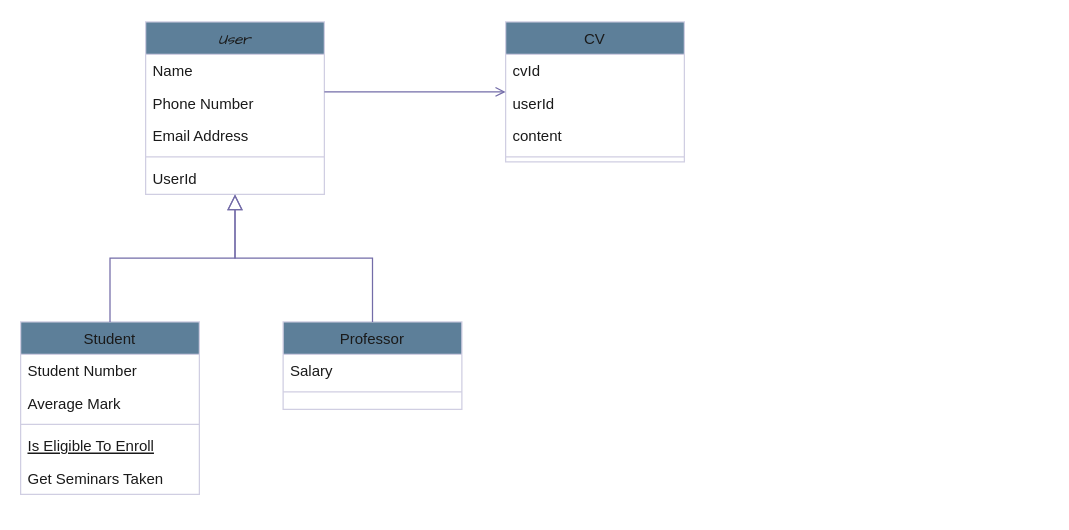
Before: Domain Class Diagram.drawio in Cwengii/NextRole, a draw.io diagram. Source tidied: cells renumbered, new cells numbered last; positions are measured from the earlier drawing's top-left corner, leaving out a move shared by most shapes. Both pictures are drawn from the tidied source at 125%, with x=0, y=0 at pixel (20, 21).
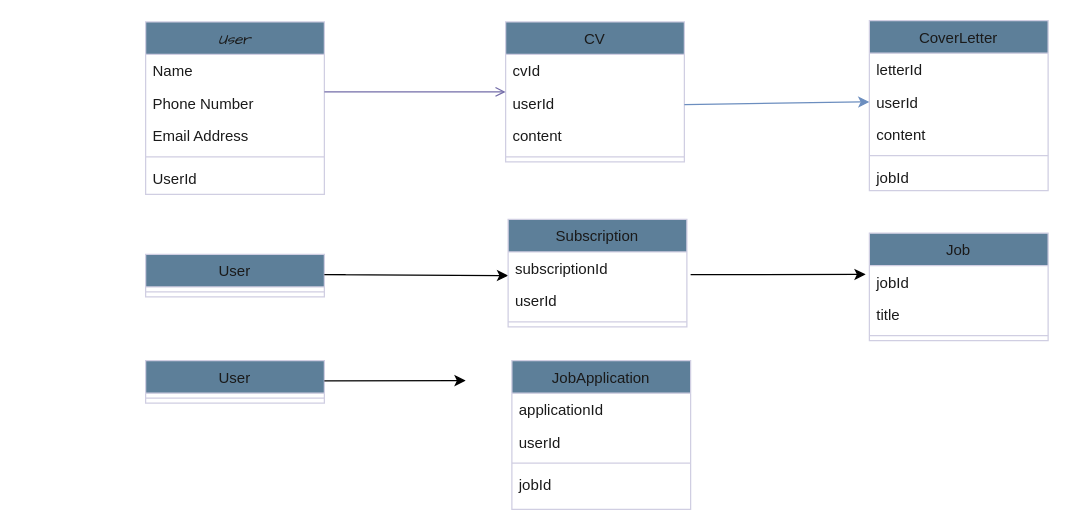
After the change.

Unchanged cells that the change refers to:
```xml
<mxCell id="2" value="User" style="swimlane;fontStyle=2;align=center;verticalAlign=top;horizontal=1;startSize=26;rounded=0;shadow=0;strokeWidth=1;labelBackgroundColor=none;fillColor=#5D7F99;strokeColor=#D0CEE2;fontColor=light-dark(#1A1A1A,#000000);fontFamily=Comic Sans MS;" parent="1" vertex="1">
  <mxGeometry x="100" width="143" height="138" as="geometry" />
</mxCell>
```

Diff of the diagram source:
```diff
@@
-    <mxCell id="8" value="Student" style="swimlane;fontStyle=0;align=center;verticalAlign=top;horizontal=1;startSize=26;rounded=0;shadow=0;strokeWidth=1;labelBackgroundColor=none;fillColor=#5D7F99;strokeColor=#D0CEE2;fontColor=#1A1A1A;" parent="1" vertex="1">
-      <mxGeometry y="240" width="143" height="138" as="geometry" />
+    <mxCell id="8" value="User" style="swimlane;fontStyle=0;align=center;verticalAlign=top;horizontal=1;startSize=26;rounded=0;shadow=0;strokeWidth=1;labelBackgroundColor=none;fillColor=#5D7F99;strokeColor=#D0CEE2;fontColor=light-dark(#1A1A1A,#000000);" parent="1" vertex="1">
+      <mxGeometry x="100" y="186" width="143" height="34" as="geometry" />
     </mxCell>
-    <mxCell id="9" value="Student Number" style="text;align=left;verticalAlign=top;spacingLeft=4;spacingRight=4;overflow=hidden;labelBackgroundColor=none;fontColor=#1A1A1A;" parent="8" vertex="1">
-      <mxGeometry y="26" width="143" height="26" as="geometry" />
-    </mxCell>
-    <mxCell id="10" value="Average Mark" style="text;align=left;verticalAlign=top;spacingLeft=4;spacingRight=4;overflow=hidden;rounded=0;shadow=0;html=0;labelBackgroundColor=none;fontColor=#1A1A1A;" parent="8" vertex="1">
-      <mxGeometry y="52" width="143" height="26" as="geometry" />
-    </mxCell>
     <mxCell id="11" style="line;html=1;strokeWidth=1;align=left;verticalAlign=middle;spacingTop=-1;spacingLeft=3;spacingRight=3;labelPosition=right;labelBackgroundColor=none;fillColor=#5D7F99;strokeColor=#D0CEE2;fontColor=#1A1A1A;" parent="8" vertex="1">
-      <mxGeometry y="78" width="143" height="8" as="geometry" />
+      <mxGeometry y="26" width="143" height="8" as="geometry" />
     </mxCell>
-    <mxCell id="12" value="Is Eligible To Enroll" style="text;align=left;verticalAlign=top;spacingLeft=4;spacingRight=4;overflow=hidden;fontStyle=4;labelBackgroundColor=none;fontColor=#1A1A1A;" parent="8" vertex="1">
-      <mxGeometry y="86" width="143" height="26" as="geometry" />
-    </mxCell>
-    <mxCell id="13" value="Get Seminars Taken" style="text;align=left;verticalAlign=top;spacingLeft=4;spacingRight=4;overflow=hidden;labelBackgroundColor=none;fontColor=#1A1A1A;" parent="8" vertex="1">
-      <mxGeometry y="112" width="143" height="26" as="geometry" />
-    </mxCell>
-    <mxCell id="14" style="endArrow=block;endSize=10;endFill=0;shadow=0;strokeWidth=1;rounded=0;curved=0;edgeStyle=elbowEdgeStyle;elbow=vertical;labelBackgroundColor=none;strokeColor=#736CA8;fontColor=default;" parent="1" edge="1" source="8" target="2">
-      <mxGeometry relative="1" as="geometry" />
-    </mxCell>
-    <mxCell id="15" value="Professor" style="swimlane;fontStyle=0;align=center;verticalAlign=top;horizontal=1;startSize=26;rounded=0;shadow=0;strokeWidth=1;labelBackgroundColor=none;fillColor=#5D7F99;strokeColor=#D0CEE2;fontColor=#1A1A1A;" parent="1" vertex="1">
-      <mxGeometry x="210" y="240" width="143" height="70" as="geometry" />
+    <mxCell id="15" value="User" style="swimlane;fontStyle=0;align=center;verticalAlign=top;horizontal=1;startSize=26;rounded=0;shadow=0;strokeWidth=1;labelBackgroundColor=none;fillColor=#5D7F99;strokeColor=#D0CEE2;fontColor=light-dark(#1A1A1A,#000000);" parent="1" vertex="1">
+      <mxGeometry x="100" y="271" width="143" height="34" as="geometry" />
     </mxCell>
-    <mxCell id="16" value="Salary" style="text;align=left;verticalAlign=top;spacingLeft=4;spacingRight=4;overflow=hidden;labelBackgroundColor=none;fontColor=#1A1A1A;" parent="15" vertex="1">
-      <mxGeometry y="26" width="143" height="26" as="geometry" />
-    </mxCell>
     <mxCell id="17" style="line;html=1;strokeWidth=1;align=left;verticalAlign=middle;spacingTop=-1;spacingLeft=3;spacingRight=3;labelPosition=right;labelBackgroundColor=none;fillColor=#5D7F99;strokeColor=#D0CEE2;fontColor=#1A1A1A;" parent="15" vertex="1">
-      <mxGeometry y="52" width="143" height="8" as="geometry" />
+      <mxGeometry y="26" width="143" height="8" as="geometry" />
     </mxCell>
-    <mxCell id="18" style="endArrow=block;endSize=10;endFill=0;shadow=0;strokeWidth=1;rounded=0;curved=0;edgeStyle=elbowEdgeStyle;elbow=vertical;labelBackgroundColor=none;strokeColor=#736CA8;fontColor=default;" parent="1" edge="1" source="15" target="2">
-      <mxGeometry relative="1" as="geometry" />
-    </mxCell>
@@
-    <mxCell id="25" style="shape=table;startSize=0;childLayout=tableLayout;fillColor=none;swimlaneFillColor=light-dark(transparent,#7EA6E0);swimlaneLine=0;strokeColor=none;labelBorderColor=none;" parent="1" vertex="1">
-      <mxGeometry x="645" width="170" height="101" as="geometry" />
-    </mxCell>
-    <mxCell id="26" style="shape=tableRow;horizontal=0;startSize=0;swimlaneHead=0;swimlaneBody=0;strokeColor=inherit;top=0;left=0;bottom=0;right=0;fillColor=none;" parent="25" vertex="1">
-      <mxGeometry width="170" height="34" as="geometry" />
-    </mxCell>
-    <mxCell id="27" style="shape=partialRectangle;html=1;whiteSpace=wrap;strokeColor=inherit;overflow=hidden;fillColor=none;top=0;left=0;bottom=0;right=0;" parent="26" vertex="1">
-      <mxGeometry width="85" height="34" as="geometry" />
-    </mxCell>
-    <mxCell id="28" style="shape=partialRectangle;html=1;whiteSpace=wrap;strokeColor=inherit;overflow=hidden;fillColor=none;top=0;left=0;bottom=0;right=0;" parent="26" vertex="1">
-      <mxGeometry x="85" width="85" height="34" as="geometry" />
-    </mxCell>
-    <mxCell id="29" style="shape=tableRow;horizontal=0;startSize=0;swimlaneHead=0;swimlaneBody=0;strokeColor=inherit;top=0;left=0;bottom=0;right=0;fillColor=none;" parent="25" vertex="1">
-      <mxGeometry y="34" width="170" height="67" as="geometry" />
-    </mxCell>
-    <mxCell id="30" style="shape=partialRectangle;html=1;whiteSpace=wrap;strokeColor=inherit;overflow=hidden;fillColor=none;top=0;left=0;bottom=0;right=0;" parent="29" vertex="1">
-      <mxGeometry width="85" height="67" as="geometry" />
-    </mxCell>
-    <mxCell id="31" style="shape=partialRectangle;html=1;whiteSpace=wrap;strokeColor=inherit;overflow=hidden;fillColor=none;top=0;left=0;bottom=0;right=0;" parent="29" vertex="1">
-      <mxGeometry x="85" width="85" height="67" as="geometry" />
-    </mxCell>
+    <mxCell id="32" value="CoverLetter" style="swimlane;fontStyle=0;align=center;verticalAlign=top;horizontal=1;startSize=26;rounded=0;shadow=0;strokeWidth=1;labelBackgroundColor=none;fillColor=#5D7F99;strokeColor=#D0CEE2;fontColor=light-dark(#1A1A1A,#000000);" parent="1" vertex="1">
+      <mxGeometry x="679" y="-1" width="143" height="136" as="geometry" />
+    </mxCell>
+    <mxCell id="33" value="letterId" style="text;align=left;verticalAlign=top;spacingLeft=4;spacingRight=4;overflow=hidden;labelBackgroundColor=none;fontColor=#1A1A1A;" parent="32" vertex="1">
+      <mxGeometry y="26" width="143" height="26" as="geometry" />
+    </mxCell>
+    <mxCell id="34" value="userId" style="text;align=left;verticalAlign=top;spacingLeft=4;spacingRight=4;overflow=hidden;points=[[0,0.5],[1,0.5]];portConstraint=eastwest;rounded=0;shadow=0;html=0;labelBackgroundColor=none;fontColor=#1A1A1A;" parent="32" vertex="1">
+      <mxGeometry y="52" width="143" height="26" as="geometry" />
+    </mxCell>
+    <mxCell id="35" value="content " style="text;align=left;verticalAlign=top;spacingLeft=4;spacingRight=4;overflow=hidden;rounded=0;shadow=0;html=0;labelBackgroundColor=none;fontColor=#1A1A1A;" parent="32" vertex="1">
+      <mxGeometry y="78" width="143" height="26" as="geometry" />
+    </mxCell>
+    <mxCell id="36" style="line;html=1;strokeWidth=1;align=left;verticalAlign=middle;spacingTop=-1;spacingLeft=3;spacingRight=3;labelPosition=right;labelBackgroundColor=none;fillColor=#5D7F99;strokeColor=#D0CEE2;fontColor=#1A1A1A;" parent="32" vertex="1">
+      <mxGeometry y="104" width="143" height="8" as="geometry" />
+    </mxCell>
+    <mxCell id="37" value="jobId" style="text;align=left;verticalAlign=top;spacingLeft=4;spacingRight=4;overflow=hidden;rounded=0;shadow=0;html=0;labelBackgroundColor=none;fontColor=#1A1A1A;" parent="32" vertex="1">
+      <mxGeometry y="112" width="143" height="24" as="geometry" />
+    </mxCell>
+    <mxCell id="38" style="edgeStyle=none;jettySize=auto;html=1;rounded=0;fontFamily=Helvetica;fontSize=12;fontColor=default;entryX=0;entryY=0.5;entryDx=0;entryDy=0;fillColor=#dae8fc;strokeColor=#6c8ebf;" parent="1" edge="1" target="34">
+      <mxGeometry relative="1" as="geometry">
+        <mxPoint x="531" y="66.2" as="sourcePoint" />
+      </mxGeometry>
+    </mxCell>
+    <mxCell id="39" style="edgeStyle=none;orthogonalLoop=1;jettySize=auto;html=1;rounded=0;fontFamily=Helvetica;fontSize=12;fontColor=default;" parent="1" edge="1">
+      <mxGeometry relative="1" as="geometry">
+        <mxPoint x="260" y="202.2" as="sourcePoint" />
+        <mxPoint x="390" y="203" as="targetPoint" />
+        <Array as="points">
+          <mxPoint x="243" y="202.2" />
+        </Array>
+      </mxGeometry>
+    </mxCell>
+    <mxCell id="40" style="edgeStyle=none;orthogonalLoop=1;jettySize=auto;html=1;rounded=0;fontFamily=Helvetica;fontSize=12;fontColor=default;" parent="1" edge="1">
+      <mxGeometry relative="1" as="geometry">
+        <mxPoint x="243" y="287.2" as="sourcePoint" />
+        <mxPoint x="356" y="287" as="targetPoint" />
+      </mxGeometry>
+    </mxCell>
+    <mxCell id="41" value="Subscription" style="swimlane;fontStyle=0;align=center;verticalAlign=top;horizontal=1;startSize=26;rounded=0;shadow=0;strokeWidth=1;labelBackgroundColor=none;fillColor=#5D7F99;strokeColor=#D0CEE2;fontColor=light-dark(#1A1A1A,#000000);" parent="1" vertex="1">
+      <mxGeometry x="390" y="158" width="143" height="86" as="geometry" />
+    </mxCell>
+    <mxCell id="42" value="subscriptionId" style="text;align=left;verticalAlign=top;spacingLeft=4;spacingRight=4;overflow=hidden;labelBackgroundColor=none;fontColor=#1A1A1A;" parent="41" vertex="1">
+      <mxGeometry y="26" width="143" height="26" as="geometry" />
+    </mxCell>
+    <mxCell id="43" value="userId" style="text;align=left;verticalAlign=top;spacingLeft=4;spacingRight=4;overflow=hidden;rounded=0;shadow=0;html=0;labelBackgroundColor=none;fontColor=#1A1A1A;" parent="41" vertex="1">
+      <mxGeometry y="52" width="143" height="26" as="geometry" />
+    </mxCell>
+    <mxCell id="44" style="line;html=1;strokeWidth=1;align=left;verticalAlign=middle;spacingTop=-1;spacingLeft=3;spacingRight=3;labelPosition=right;labelBackgroundColor=none;fillColor=#5D7F99;strokeColor=#D0CEE2;fontColor=#1A1A1A;" parent="41" vertex="1">
+      <mxGeometry y="78" width="143" height="8" as="geometry" />
+    </mxCell>
+    <mxCell id="45" value="JobApplication" style="swimlane;fontStyle=0;align=center;verticalAlign=top;horizontal=1;startSize=26;rounded=0;shadow=0;strokeWidth=1;labelBackgroundColor=none;fillColor=#5D7F99;strokeColor=#D0CEE2;fontColor=light-dark(#1A1A1A,#000000);" parent="1" vertex="1">
+      <mxGeometry x="393" y="271" width="143" height="119" as="geometry" />
+    </mxCell>
+    <mxCell id="46" value="applicationId" style="text;align=left;verticalAlign=top;spacingLeft=4;spacingRight=4;overflow=hidden;labelBackgroundColor=none;fontColor=#1A1A1A;" parent="45" vertex="1">
+      <mxGeometry y="26" width="143" height="26" as="geometry" />
+    </mxCell>
+    <mxCell id="47" value="userId" style="text;align=left;verticalAlign=top;spacingLeft=4;spacingRight=4;overflow=hidden;rounded=0;shadow=0;html=0;labelBackgroundColor=none;fontColor=#1A1A1A;" parent="45" vertex="1">
+      <mxGeometry y="52" width="143" height="26" as="geometry" />
+    </mxCell>
+    <mxCell id="48" style="line;html=1;strokeWidth=1;align=left;verticalAlign=middle;spacingTop=-1;spacingLeft=3;spacingRight=3;labelPosition=right;labelBackgroundColor=none;fillColor=#5D7F99;strokeColor=#D0CEE2;fontColor=#1A1A1A;" parent="45" vertex="1">
+      <mxGeometry y="78" width="143" height="8" as="geometry" />
+    </mxCell>
+    <mxCell id="49" value="jobId" style="text;align=left;verticalAlign=top;spacingLeft=4;spacingRight=4;overflow=hidden;rounded=0;shadow=0;html=0;labelBackgroundColor=none;fontColor=#1A1A1A;" parent="45" vertex="1">
+      <mxGeometry y="86" width="143" height="26" as="geometry" />
+    </mxCell>
+    <mxCell id="50" value="Job" style="swimlane;fontStyle=0;align=center;verticalAlign=top;horizontal=1;startSize=26;rounded=0;shadow=0;strokeWidth=1;labelBackgroundColor=none;fillColor=#5D7F99;strokeColor=#D0CEE2;fontColor=light-dark(#1A1A1A,#000000);" parent="1" vertex="1">
+      <mxGeometry x="679" y="169" width="143" height="86" as="geometry" />
+    </mxCell>
+    <mxCell id="51" value="jobId" style="text;align=left;verticalAlign=top;spacingLeft=4;spacingRight=4;overflow=hidden;labelBackgroundColor=none;fontColor=#1A1A1A;" parent="50" vertex="1">
+      <mxGeometry y="26" width="143" height="26" as="geometry" />
+    </mxCell>
+    <mxCell id="52" value="title" style="text;align=left;verticalAlign=top;spacingLeft=4;spacingRight=4;overflow=hidden;rounded=0;shadow=0;html=0;labelBackgroundColor=none;fontColor=#1A1A1A;" parent="50" vertex="1">
+      <mxGeometry y="52" width="143" height="26" as="geometry" />
+    </mxCell>
+    <mxCell id="53" style="line;html=1;strokeWidth=1;align=left;verticalAlign=middle;spacingTop=-1;spacingLeft=3;spacingRight=3;labelPosition=right;labelBackgroundColor=none;fillColor=#5D7F99;strokeColor=#D0CEE2;fontColor=#1A1A1A;" parent="50" vertex="1">
+      <mxGeometry y="78" width="143" height="8" as="geometry" />
+    </mxCell>
+    <mxCell id="54" style="edgeStyle=none;orthogonalLoop=1;jettySize=auto;html=1;rounded=0;fontFamily=Helvetica;fontSize=12;fontColor=default;" parent="1" edge="1">
+      <mxGeometry relative="1" as="geometry">
+        <mxPoint x="536" y="202.2" as="sourcePoint" />
+        <mxPoint x="676" y="202" as="targetPoint" />
+        <Array as="points">
+          <mxPoint x="587" y="202.2" />
+        </Array>
+      </mxGeometry>
+    </mxCell>
```
